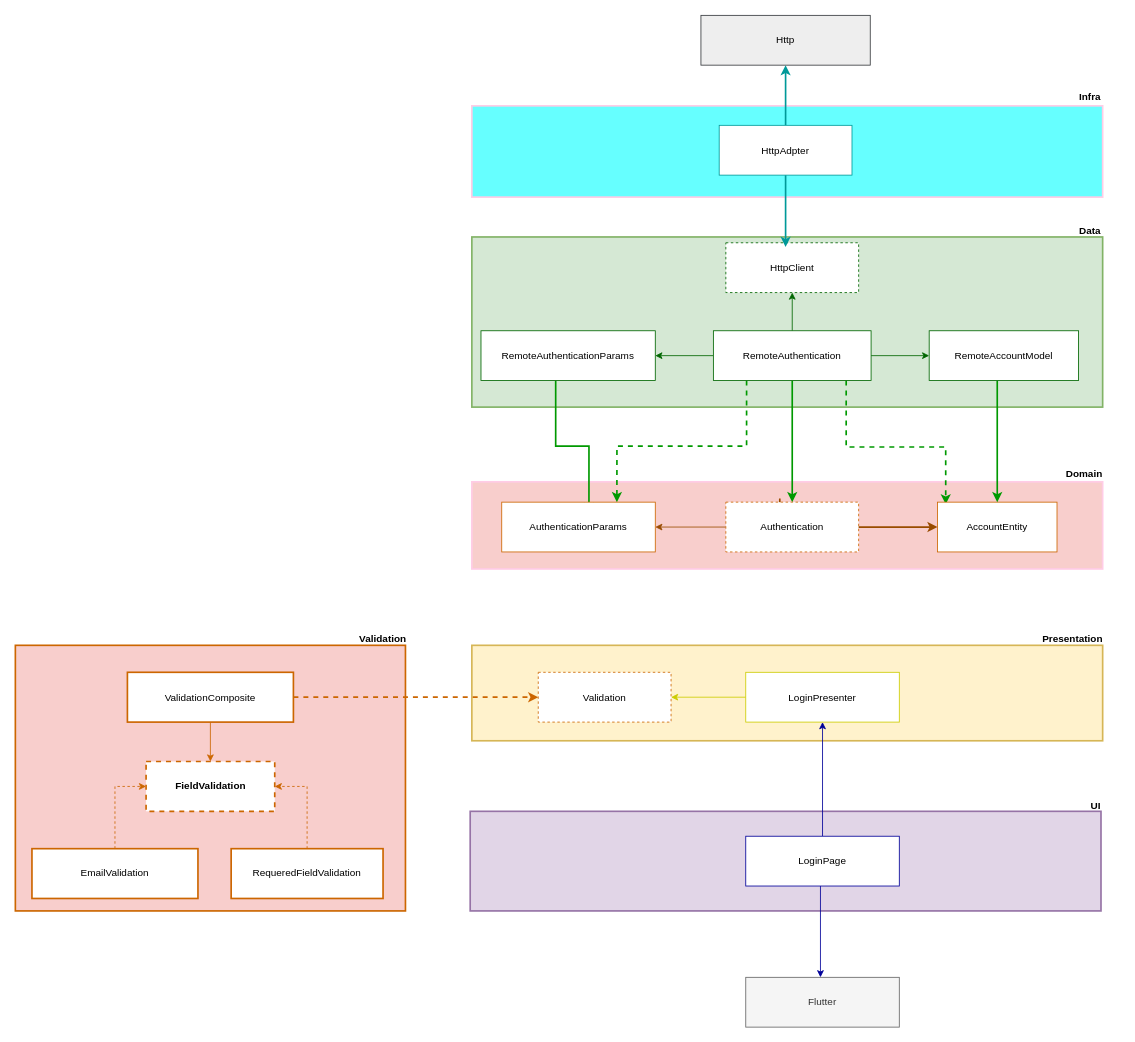
Above: diagrams/authentication_use_case.drawio in rrs-sistema/mobile-sales-micros-services (draw.io), before the change. Source tidied: cells renumbered, new cells numbered last; positions are measured from the earlier drawing's top-left corner, leaving out a move shared by most shapes. Both pictures are drawn from the tidied source at 83%, with x=0, y=0 at pixel (15, 15).
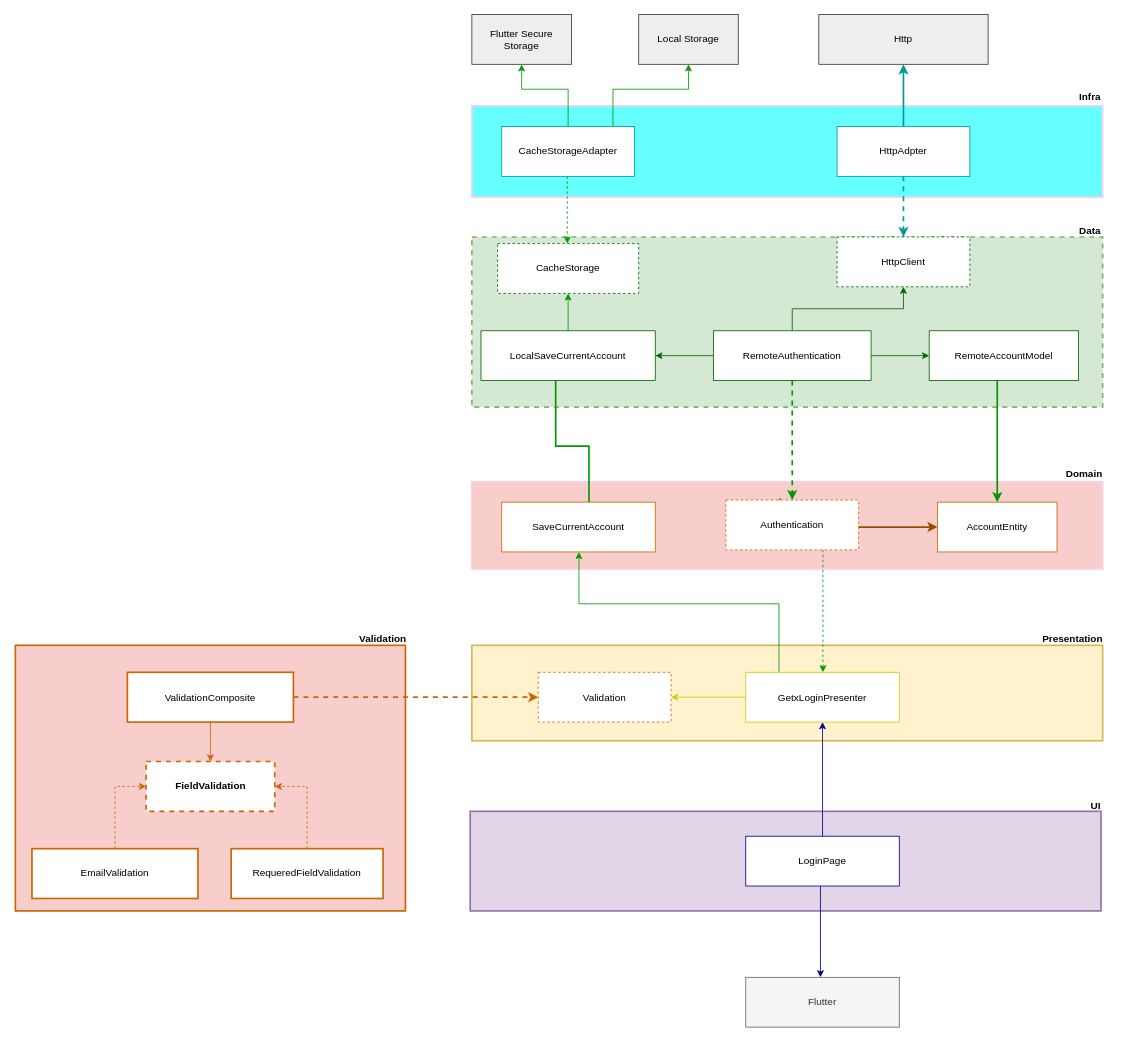
The same diagram, later.

Commit message:
Add usecase cacheStorage

Unchanged cells that the change refers to:
```xml
<mxCell id="11" value="RemoteAuthentication" style="rounded=0;whiteSpace=wrap;html=1;strokeColor=#006600;strokeWidth=1;fillColor=default;" parent="1" vertex="1">
  <mxGeometry x="841" y="380" width="190" height="60" as="geometry" />
</mxCell>
<mxCell id="16" value="AccountEntity" style="rounded=0;whiteSpace=wrap;html=1;strokeColor=#CC6600;strokeWidth=1;fillColor=default;" parent="1" vertex="1">
  <mxGeometry x="1111" y="586.5" width="144" height="60" as="geometry" />
</mxCell>
```

The edit, as a diff of the source:
```diff
@@
+    <mxCell id="29" style="rounded=0;whiteSpace=wrap;html=1;fillColor=#fff2cc;strokeColor=#d6b656;strokeWidth=2;" parent="1" vertex="1">
+      <mxGeometry x="550" y="759" width="760" height="115" as="geometry" />
+    </mxCell>
@@
-    <mxCell id="3" style="rounded=0;whiteSpace=wrap;html=1;fillColor=#d5e8d4;strokeColor=#82b366;strokeWidth=2;" parent="1" vertex="1">
+    <mxCell id="3" style="rounded=0;whiteSpace=wrap;html=1;fillColor=#d5e8d4;strokeColor=#82b366;strokeWidth=2;dashed=1;" parent="1" vertex="1">
       <mxGeometry x="550" y="267" width="760" height="205" as="geometry" />
     </mxCell>
     <mxCell id="4" value="HttpClient" style="rounded=0;whiteSpace=wrap;html=1;strokeColor=#006600;strokeWidth=1;fillColor=default;dashed=1;" parent="1" vertex="1">
-      <mxGeometry x="856" y="274" width="160" height="60" as="geometry" />
+      <mxGeometry x="990" y="267" width="160" height="60" as="geometry" />
     </mxCell>
@@
-    <mxCell id="8" style="edgeStyle=orthogonalEdgeStyle;rounded=0;jettySize=auto;html=1;strokeColor=#009900;strokeWidth=2;" parent="1" edge="1" source="11" target="15">
+    <mxCell id="8" style="edgeStyle=orthogonalEdgeStyle;rounded=0;jettySize=auto;html=1;strokeColor=#009900;strokeWidth=2;dashed=1;" parent="1" edge="1" source="11" target="15">
       <mxGeometry relative="1" as="geometry" />
     </mxCell>
-    <mxCell id="9" style="edgeStyle=orthogonalEdgeStyle;rounded=0;jettySize=auto;html=1;entryX=0.75;entryY=0;entryDx=0;entryDy=0;strokeColor=#009900;strokeWidth=2;dashed=1;" parent="1" edge="1" source="11" target="22">
-      <mxGeometry relative="1" as="geometry">
-        <Array as="points">
-          <mxPoint x="881" y="519" />
-          <mxPoint x="725" y="519" />
-        </Array>
-      </mxGeometry>
-    </mxCell>
-    <mxCell id="10" style="edgeStyle=orthogonalEdgeStyle;rounded=0;jettySize=auto;html=1;entryX=0.069;entryY=0.042;entryDx=0;entryDy=0;entryPerimeter=0;strokeColor=#009900;strokeWidth=2;dashed=1;" parent="1" edge="1" source="11" target="16">
-      <mxGeometry relative="1" as="geometry">
-        <Array as="points">
-          <mxPoint x="1001" y="520" />
-          <mxPoint x="1121" y="520" />
-        </Array>
-      </mxGeometry>
-    </mxCell>
@@
-    <mxCell id="14" style="edgeStyle=orthogonalEdgeStyle;rounded=0;jettySize=auto;html=1;strokeColor=#994C00;" parent="1" edge="1" source="15" target="22">
-      <mxGeometry relative="1" as="geometry" />
-    </mxCell>
+    <mxCell id="50" style="edgeStyle=orthogonalEdgeStyle;rounded=0;jettySize=auto;html=1;dashed=1;strokeColor=#009900;" parent="1" edge="1" source="15" target="32">
+      <mxGeometry relative="1" as="geometry">
+        <Array as="points">
+          <mxPoint x="973" y="679" />
+          <mxPoint x="973" y="679" />
+        </Array>
+      </mxGeometry>
+    </mxCell>
     <mxCell id="15" value="Authentication" style="rounded=0;whiteSpace=wrap;html=1;strokeColor=#CC6600;strokeWidth=1;fillColor=default;dashed=1;" parent="1" vertex="1">
-      <mxGeometry x="856" y="586.5" width="160" height="60" as="geometry" />
+      <mxGeometry x="856" y="584" width="160" height="60" as="geometry" />
     </mxCell>
@@
+    <mxCell id="51" style="edgeStyle=orthogonalEdgeStyle;rounded=0;jettySize=auto;html=1;strokeColor=#009900;" parent="1" edge="1" source="19" target="53">
+      <mxGeometry relative="1" as="geometry">
+        <Array as="points">
+          <mxPoint x="666" y="349" />
+          <mxPoint x="666" y="349" />
+        </Array>
+      </mxGeometry>
+    </mxCell>
-    <mxCell id="19" value="RemoteAuthenticationParams" style="rounded=0;whiteSpace=wrap;html=1;strokeColor=#006600;strokeWidth=1;fillColor=default;" parent="1" vertex="1">
+    <mxCell id="19" value="LocalSaveCurrentAccount" style="rounded=0;whiteSpace=wrap;html=1;strokeColor=#006600;strokeWidth=1;fillColor=default;" parent="1" vertex="1">
       <mxGeometry x="561" y="380" width="210" height="60" as="geometry" />
     </mxCell>
@@
-    <mxCell id="22" value="AuthenticationParams" style="rounded=0;whiteSpace=wrap;html=1;strokeColor=#CC6600;strokeWidth=1;fillColor=default;" parent="1" vertex="1">
+    <mxCell id="22" value="SaveCurrentAccount" style="rounded=0;whiteSpace=wrap;html=1;strokeColor=#CC6600;strokeWidth=1;fillColor=default;" parent="1" vertex="1">
       <mxGeometry x="586" y="586.5" width="185" height="60" as="geometry" />
     </mxCell>
@@
     <mxCell id="24" value="Http" style="rounded=0;whiteSpace=wrap;html=1;strokeColor=#36393d;strokeWidth=1;fillColor=#eeeeee;" parent="1" vertex="1">
-      <mxGeometry x="826" width="204" height="60" as="geometry" />
+      <mxGeometry x="968" y="-1" width="204" height="60" as="geometry" />
     </mxCell>
-    <mxCell id="25" style="edgeStyle=orthogonalEdgeStyle;rounded=0;jettySize=auto;html=1;strokeColor=#009999;strokeWidth=2;" parent="1" edge="1" source="27">
-      <mxGeometry relative="1" as="geometry">
-        <mxPoint x="928" y="279" as="targetPoint" />
-      </mxGeometry>
+    <mxCell id="25" style="edgeStyle=orthogonalEdgeStyle;rounded=0;jettySize=auto;html=1;strokeColor=#009999;strokeWidth=2;dashed=1;" parent="1" edge="1" source="27" target="4">
+      <mxGeometry relative="1" as="geometry" />
     </mxCell>
@@
     <mxCell id="27" value="HttpAdpter" style="rounded=0;whiteSpace=wrap;html=1;strokeColor=#009999;strokeWidth=1;fillColor=default;" parent="1" vertex="1">
-      <mxGeometry x="848" y="132.5" width="160" height="60" as="geometry" />
+      <mxGeometry x="990" y="134" width="160" height="60" as="geometry" />
     </mxCell>
@@
-    <mxCell id="29" style="rounded=0;whiteSpace=wrap;html=1;fillColor=#fff2cc;strokeColor=#d6b656;strokeWidth=2;" parent="1" vertex="1">
-      <mxGeometry x="550" y="759" width="760" height="115" as="geometry" />
-    </mxCell>
@@
+    <mxCell id="52" style="edgeStyle=orthogonalEdgeStyle;rounded=0;jettySize=auto;html=1;strokeColor=#009900;" parent="1" edge="1" source="32" target="22">
+      <mxGeometry relative="1" as="geometry">
+        <Array as="points">
+          <mxPoint x="920" y="709" />
+          <mxPoint x="679" y="709" />
+        </Array>
+      </mxGeometry>
+    </mxCell>
-    <mxCell id="32" value="LoginPresenter" style="rounded=0;whiteSpace=wrap;html=1;strokeColor=#CCCC00;strokeWidth=1;fillColor=default;" parent="1" vertex="1">
+    <mxCell id="32" value="GetxLoginPresenter" style="rounded=0;whiteSpace=wrap;html=1;strokeColor=#CCCC00;strokeWidth=1;fillColor=default;" parent="1" vertex="1">
       <mxGeometry x="880" y="791.5" width="185" height="60" as="geometry" />
     </mxCell>
@@
+    <mxCell id="53" value="CacheStorage" style="rounded=0;whiteSpace=wrap;html=1;strokeColor=#006600;strokeWidth=1;fillColor=default;dashed=1;" parent="1" vertex="1">
+      <mxGeometry x="581" y="275" width="170" height="60" as="geometry" />
+    </mxCell>
+    <mxCell id="54" style="edgeStyle=orthogonalEdgeStyle;rounded=0;orthogonalLoop=1;jettySize=auto;html=1;dashed=1;strokeColor=#009900;" parent="1" edge="1">
+      <mxGeometry relative="1" as="geometry">
+        <mxPoint x="665" y="194" as="sourcePoint" />
+        <mxPoint x="665" y="275" as="targetPoint" />
+        <Array as="points">
+          <mxPoint x="665" y="209" />
+          <mxPoint x="665" y="209" />
+        </Array>
+      </mxGeometry>
+    </mxCell>
+    <mxCell id="55" style="edgeStyle=orthogonalEdgeStyle;rounded=0;jettySize=auto;html=1;entryX=0.5;entryY=1;entryDx=0;entryDy=0;strokeColor=#009900;" parent="1" edge="1" source="57" target="58">
+      <mxGeometry relative="1" as="geometry">
+        <Array as="points">
+          <mxPoint x="666" y="89" />
+          <mxPoint x="610" y="89" />
+        </Array>
+      </mxGeometry>
+    </mxCell>
+    <mxCell id="56" style="edgeStyle=orthogonalEdgeStyle;rounded=0;jettySize=auto;html=1;entryX=0.5;entryY=1;entryDx=0;entryDy=0;strokeColor=#009900;" parent="1" edge="1" source="57" target="59">
+      <mxGeometry relative="1" as="geometry">
+        <Array as="points">
+          <mxPoint x="720" y="89" />
+          <mxPoint x="811" y="89" />
+        </Array>
+      </mxGeometry>
+    </mxCell>
+    <mxCell id="57" value="CacheStorageAdapter" style="rounded=0;whiteSpace=wrap;html=1;strokeColor=#009999;strokeWidth=1;fillColor=default;" parent="1" vertex="1">
+      <mxGeometry x="586" y="134" width="160" height="60" as="geometry" />
+    </mxCell>
+    <mxCell id="58" value="Flutter Secure Storage" style="rounded=0;whiteSpace=wrap;html=1;strokeColor=#36393d;strokeWidth=1;fillColor=#eeeeee;" parent="1" vertex="1">
+      <mxGeometry x="550" y="-1" width="120" height="60" as="geometry" />
+    </mxCell>
+    <mxCell id="59" value="Local Storage" style="rounded=0;whiteSpace=wrap;html=1;strokeColor=#36393d;strokeWidth=1;fillColor=#eeeeee;" parent="1" vertex="1">
+      <mxGeometry x="751" y="-1" width="120" height="60" as="geometry" />
+    </mxCell>
```
